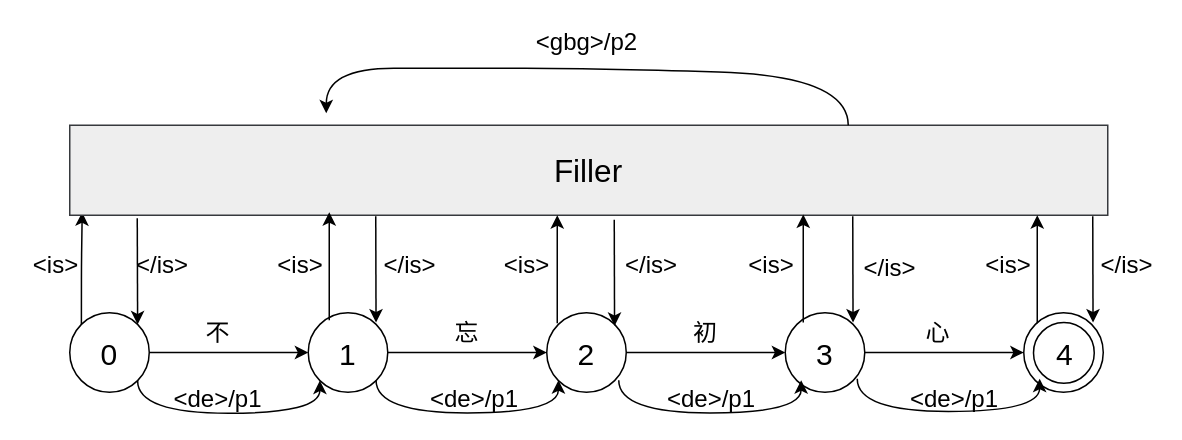
This is align.drawio from robin1001/draw.io, a draw.io file, before an edit. Source tidied: cells renumbered, new cells numbered last; positions are measured from the earlier drawing's top-left corner, leaving out a move shared by most shapes. Both pictures are drawn from the tidied source at 150%, with x=0, y=0 at pixel (26, 26).
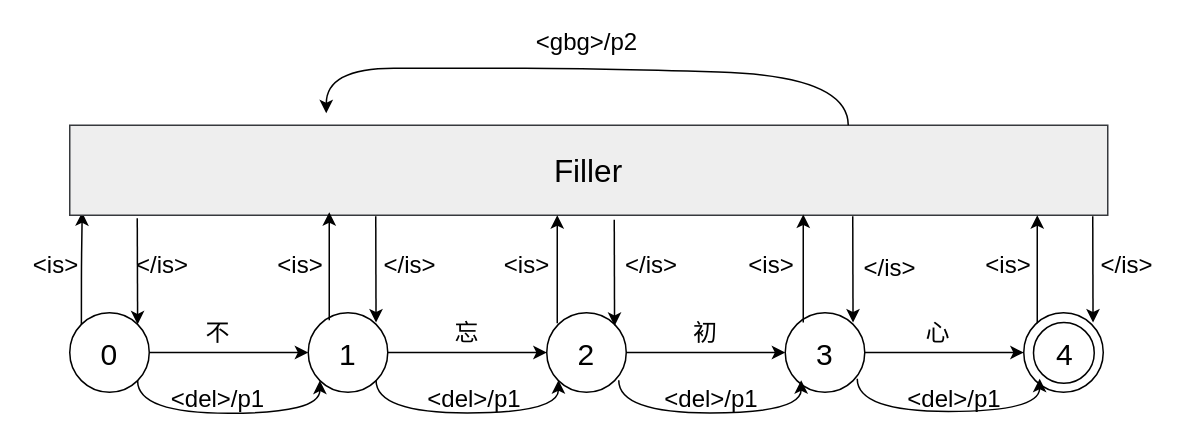
The same diagram, later.

What changed in the source:
```diff
@@
-    <mxCell id="20" value="&lt;font style=&quot;font-size: 16px&quot;&gt;&amp;lt;de&amp;gt;/p1&lt;/font&gt;" style="text;html=1;strokeColor=none;fillColor=none;align=center;verticalAlign=middle;whiteSpace=wrap;rounded=0;" parent="1" vertex="1">
+    <mxCell id="20" value="&lt;font style=&quot;font-size: 16px&quot;&gt;&amp;lt;del&amp;gt;/p1&lt;/font&gt;" style="text;html=1;strokeColor=none;fillColor=none;align=center;verticalAlign=middle;whiteSpace=wrap;rounded=0;" parent="1" vertex="1">
       <mxGeometry x="108" y="238" width="40" height="20" as="geometry" />
     </mxCell>
-    <mxCell id="21" value="&lt;font style=&quot;font-size: 16px&quot;&gt;&amp;lt;de&amp;gt;/p1&lt;/font&gt;" style="text;html=1;strokeColor=none;fillColor=none;align=center;verticalAlign=middle;whiteSpace=wrap;rounded=0;" parent="1" vertex="1">
+    <mxCell id="21" value="&lt;font style=&quot;font-size: 16px&quot;&gt;&amp;lt;del&amp;gt;/p1&lt;/font&gt;" style="text;html=1;strokeColor=none;fillColor=none;align=center;verticalAlign=middle;whiteSpace=wrap;rounded=0;" parent="1" vertex="1">
       <mxGeometry x="279" y="238" width="40" height="20" as="geometry" />
     </mxCell>
-    <mxCell id="22" value="&lt;font style=&quot;font-size: 16px&quot;&gt;&amp;lt;de&amp;gt;/p1&lt;/font&gt;" style="text;html=1;strokeColor=none;fillColor=none;align=center;verticalAlign=middle;whiteSpace=wrap;rounded=0;" parent="1" vertex="1">
+    <mxCell id="22" value="&lt;font style=&quot;font-size: 16px&quot;&gt;&amp;lt;del&amp;gt;/p1&lt;/font&gt;" style="text;html=1;strokeColor=none;fillColor=none;align=center;verticalAlign=middle;whiteSpace=wrap;rounded=0;" parent="1" vertex="1">
       <mxGeometry x="437" y="238" width="40" height="20" as="geometry" />
     </mxCell>
-    <mxCell id="23" value="&lt;font style=&quot;font-size: 16px&quot;&gt;&amp;lt;de&amp;gt;/p1&lt;/font&gt;" style="text;html=1;strokeColor=none;fillColor=none;align=center;verticalAlign=middle;whiteSpace=wrap;rounded=0;" parent="1" vertex="1">
+    <mxCell id="23" value="&lt;font style=&quot;font-size: 16px&quot;&gt;&amp;lt;del&amp;gt;/p1&lt;/font&gt;" style="text;html=1;strokeColor=none;fillColor=none;align=center;verticalAlign=middle;whiteSpace=wrap;rounded=0;" parent="1" vertex="1">
       <mxGeometry x="599" y="238" width="40" height="20" as="geometry" />
     </mxCell>
```
